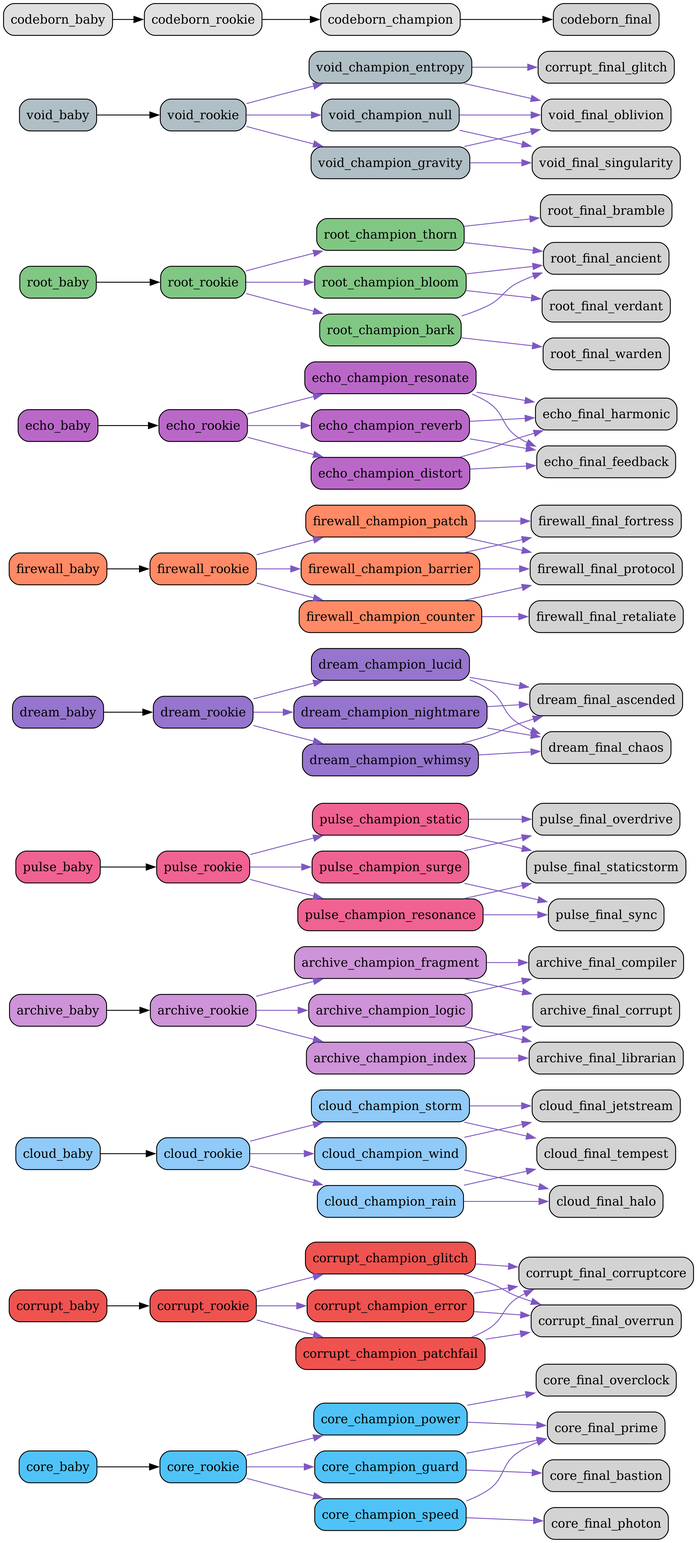
Above: src/netgrid/systems/evolution/graphs/full/evolution_graph.png in bwlight/NetGrid (Graphviz), before the change. Its source is kept beside it as src/netgrid/systems/evolution/graphs/full/evolution_graph.dot.
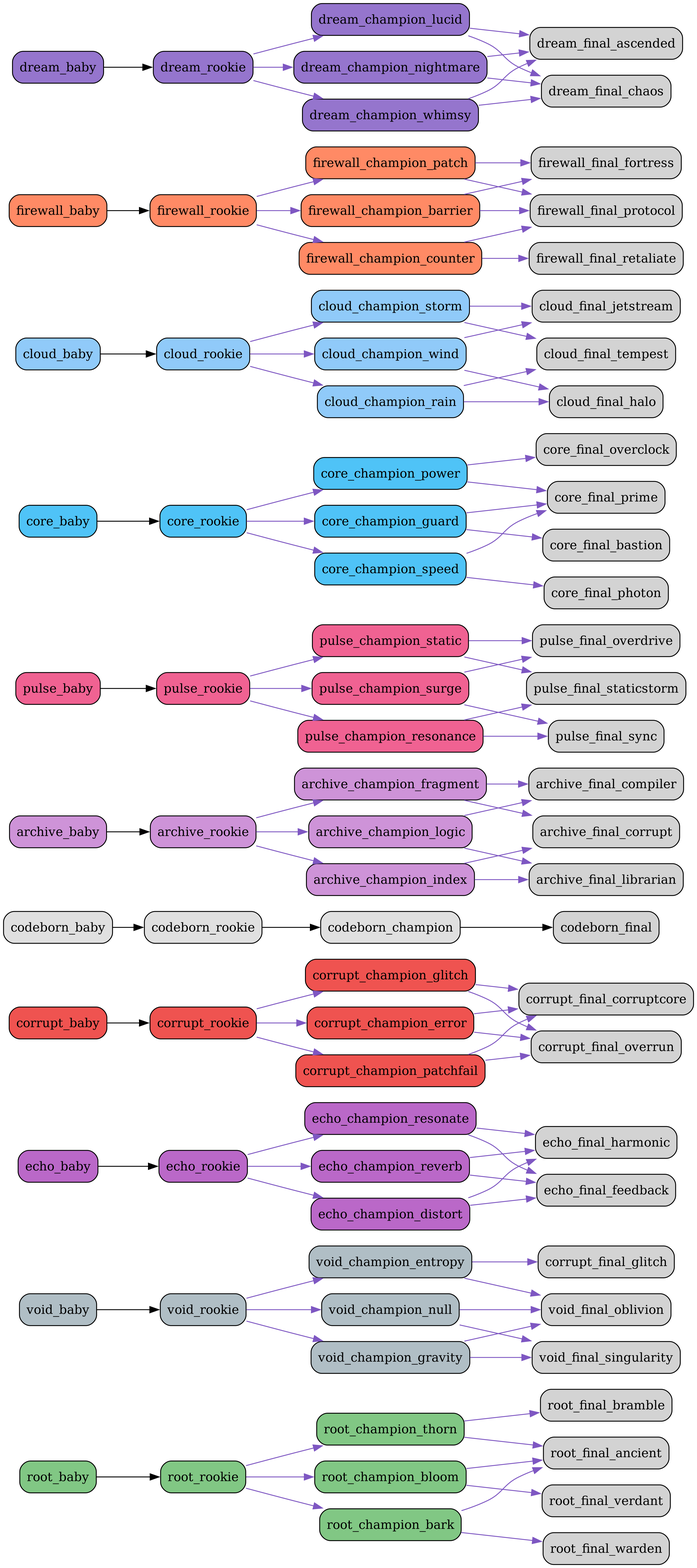
After the change.

Commit message:
Auto-update evolution graphs

Diff of the diagram source:
```diff
@@ -1,21 +1,51 @@
 digraph EvolutionTree {
   rankdir=LR;
   node [shape=box, style="rounded,filled"];
-  "core_baby" [fillcolor="#4fc3f7"];
-  "core_baby" -> "core_rookie";
-  "core_rookie" [fillcolor="#4fc3f7"];
-  "core_rookie" -> "core_champion_power" [color="#7e57c2"];
-  "core_rookie" -> "core_champion_guard" [color="#7e57c2"];
-  "core_rookie" -> "core_champion_speed" [color="#7e57c2"];
-  "core_champion_power" [fillcolor="#4fc3f7"];
-  "core_champion_power" -> "core_final_overclock" [color="#7e57c2"];
-  "core_champion_power" -> "core_final_prime" [color="#7e57c2"];
-  "core_champion_guard" [fillcolor="#4fc3f7"];
-  "core_champion_guard" -> "core_final_bastion" [color="#7e57c2"];
-  "core_champion_guard" -> "core_final_prime" [color="#7e57c2"];
-  "core_champion_speed" [fillcolor="#4fc3f7"];
-  "core_champion_speed" -> "core_final_photon" [color="#7e57c2"];
-  "core_champion_speed" -> "core_final_prime" [color="#7e57c2"];
+  "root_baby" [fillcolor="#81c784"];
+  "root_baby" -> "root_rookie";
+  "root_rookie" [fillcolor="#81c784"];
+  "root_rookie" -> "root_champion_thorn" [color="#7e57c2"];
+  "root_rookie" -> "root_champion_bloom" [color="#7e57c2"];
+  "root_rookie" -> "root_champion_bark" [color="#7e57c2"];
+  "root_champion_thorn" [fillcolor="#81c784"];
+  "root_champion_thorn" -> "root_final_bramble" [color="#7e57c2"];
+  "root_champion_thorn" -> "root_final_ancient" [color="#7e57c2"];
+  "root_champion_bloom" [fillcolor="#81c784"];
+  "root_champion_bloom" -> "root_final_ancient" [color="#7e57c2"];
+  "root_champion_bloom" -> "root_final_verdant" [color="#7e57c2"];
+  "root_champion_bark" [fillcolor="#81c784"];
+  "root_champion_bark" -> "root_final_warden" [color="#7e57c2"];
+  "root_champion_bark" -> "root_final_ancient" [color="#7e57c2"];
+  "void_baby" [fillcolor="#b0bec5"];
+  "void_baby" -> "void_rookie";
+  "void_rookie" [fillcolor="#b0bec5"];
+  "void_rookie" -> "void_champion_entropy" [color="#7e57c2"];
+  "void_rookie" -> "void_champion_gravity" [color="#7e57c2"];
+  "void_rookie" -> "void_champion_null" [color="#7e57c2"];
+  "void_champion_entropy" [fillcolor="#b0bec5"];
+  "void_champion_entropy" -> "corrupt_final_glitch" [color="#7e57c2"];
+  "void_champion_entropy" -> "void_final_oblivion" [color="#7e57c2"];
+  "void_champion_gravity" [fillcolor="#b0bec5"];
+  "void_champion_gravity" -> "void_final_singularity" [color="#7e57c2"];
+  "void_champion_gravity" -> "void_final_oblivion" [color="#7e57c2"];
+  "void_champion_null" [fillcolor="#b0bec5"];
+  "void_champion_null" -> "void_final_oblivion" [color="#7e57c2"];
+  "void_champion_null" -> "void_final_singularity" [color="#7e57c2"];
+  "echo_baby" [fillcolor="#ba68c8"];
+  "echo_baby" -> "echo_rookie";
+  "echo_rookie" [fillcolor="#ba68c8"];
+  "echo_rookie" -> "echo_champion_resonate" [color="#7e57c2"];
+  "echo_rookie" -> "echo_champion_reverb" [color="#7e57c2"];
+  "echo_rookie" -> "echo_champion_distort" [color="#7e57c2"];
+  "echo_champion_resonate" [fillcolor="#ba68c8"];
+  "echo_champion_resonate" -> "echo_final_harmonic" [color="#7e57c2"];
+  "echo_champion_resonate" -> "echo_final_feedback" [color="#7e57c2"];
+  "echo_champion_reverb" [fillcolor="#ba68c8"];
+  "echo_champion_reverb" -> "echo_final_feedback" [color="#7e57c2"];
+  "echo_champion_reverb" -> "echo_final_harmonic" [color="#7e57c2"];
+  "echo_champion_distort" [fillcolor="#ba68c8"];
+  "echo_champion_distort" -> "echo_final_feedback" [color="#7e57c2"];
+  "echo_champion_distort" -> "echo_final_harmonic" [color="#7e57c2"];
   "corrupt_baby" [fillcolor="#ef5350"];
   "corrupt_baby" -> "corrupt_rookie";
   "corrupt_rookie" [fillcolor="#ef5350"];
@@ -31,21 +61,12 @@
   "corrupt_champion_patchfail" [fillcolor="#ef5350"];
   "corrupt_champion_patchfail" -> "corrupt_final_corruptcore" [color="#7e57c2"];
   "corrupt_champion_patchfail" -> "corrupt_final_overrun" [color="#7e57c2"];
-  "cloud_baby" [fillcolor="#90caf9"];
-  "cloud_baby" -> "cloud_rookie";
-  "cloud_rookie" [fillcolor="#90caf9"];
-  "cloud_rookie" -> "cloud_champion_wind" [color="#7e57c2"];
-  "cloud_rookie" -> "cloud_champion_rain" [color="#7e57c2"];
-  "cloud_rookie" -> "cloud_champion_storm" [color="#7e57c2"];
-  "cloud_champion_wind" [fillcolor="#90caf9"];
-  "cloud_champion_wind" -> "cloud_final_jetstream" [color="#7e57c2"];
-  "cloud_champion_wind" -> "cloud_final_halo" [color="#7e57c2"];
-  "cloud_champion_rain" [fillcolor="#90caf9"];
-  "cloud_champion_rain" -> "cloud_final_halo" [color="#7e57c2"];
-  "cloud_champion_rain" -> "cloud_final_tempest" [color="#7e57c2"];
-  "cloud_champion_storm" [fillcolor="#90caf9"];
-  "cloud_champion_storm" -> "cloud_final_tempest" [color="#7e57c2"];
-  "cloud_champion_storm" -> "cloud_final_jetstream" [color="#7e57c2"];
+  "codeborn_baby" [fillcolor="#e0e0e0"];
+  "codeborn_baby" -> "codeborn_rookie";
+  "codeborn_rookie" [fillcolor="#e0e0e0"];
+  "codeborn_rookie" -> "codeborn_champion";
+  "codeborn_champion" [fillcolor="#e0e0e0"];
+  "codeborn_champion" -> "codeborn_final";
   "archive_baby" [fillcolor="#ce93d8"];
   "archive_baby" -> "archive_rookie";
   "archive_rookie" [fillcolor="#ce93d8"];
@@ -76,6 +97,51 @@
   "pulse_champion_static" [fillcolor="#f06292"];
   "pulse_champion_static" -> "pulse_final_staticstorm" [color="#7e57c2"];
   "pulse_champion_static" -> "pulse_final_overdrive" [color="#7e57c2"];
+  "core_baby" [fillcolor="#4fc3f7"];
+  "core_baby" -> "core_rookie";
+  "core_rookie" [fillcolor="#4fc3f7"];
+  "core_rookie" -> "core_champion_power" [color="#7e57c2"];
+  "core_rookie" -> "core_champion_guard" [color="#7e57c2"];
+  "core_rookie" -> "core_champion_speed" [color="#7e57c2"];
+  "core_champion_power" [fillcolor="#4fc3f7"];
+  "core_champion_power" -> "core_final_overclock" [color="#7e57c2"];
+  "core_champion_power" -> "core_final_prime" [color="#7e57c2"];
+  "core_champion_guard" [fillcolor="#4fc3f7"];
+  "core_champion_guard" -> "core_final_bastion" [color="#7e57c2"];
+  "core_champion_guard" -> "core_final_prime" [color="#7e57c2"];
+  "core_champion_speed" [fillcolor="#4fc3f7"];
+  "core_champion_speed" -> "core_final_photon" [color="#7e57c2"];
+  "core_champion_speed" -> "core_final_prime" [color="#7e57c2"];
+  "cloud_baby" [fillcolor="#90caf9"];
+  "cloud_baby" -> "cloud_rookie";
+  "cloud_rookie" [fillcolor="#90caf9"];
+  "cloud_rookie" -> "cloud_champion_wind" [color="#7e57c2"];
+  "cloud_rookie" -> "cloud_champion_rain" [color="#7e57c2"];
+  "cloud_rookie" -> "cloud_champion_storm" [color="#7e57c2"];
+  "cloud_champion_wind" [fillcolor="#90caf9"];
+  "cloud_champion_wind" -> "cloud_final_jetstream" [color="#7e57c2"];
+  "cloud_champion_wind" -> "cloud_final_halo" [color="#7e57c2"];
+  "cloud_champion_rain" [fillcolor="#90caf9"];
+  "cloud_champion_rain" -> "cloud_final_halo" [color="#7e57c2"];
+  "cloud_champion_rain" -> "cloud_final_tempest" [color="#7e57c2"];
+  "cloud_champion_storm" [fillcolor="#90caf9"];
+  "cloud_champion_storm" -> "cloud_final_tempest" [color="#7e57c2"];
+  "cloud_champion_storm" -> "cloud_final_jetstream" [color="#7e57c2"];
+  "firewall_baby" [fillcolor="#ff8a65"];
+  "firewall_baby" -> "firewall_rookie";
+  "firewall_rookie" [fillcolor="#ff8a65"];
+  "firewall_rookie" -> "firewall_champion_barrier" [color="#7e57c2"];
+  "firewall_rookie" -> "firewall_champion_counter" [color="#7e57c2"];
+  "firewall_rookie" -> "firewall_champion_patch" [color="#7e57c2"];
+  "firewall_champion_barrier" [fillcolor="#ff8a65"];
+  "firewall_champion_barrier" -> "firewall_final_fortress" [color="#7e57c2"];
+  "firewall_champion_barrier" -> "firewall_final_protocol" [color="#7e57c2"];
+  "firewall_champion_counter" [fillcolor="#ff8a65"];
+  "firewall_champion_counter" -> "firewall_final_retaliate" [color="#7e57c2"];
+  "firewall_champion_counter" -> "firewall_final_protocol" [color="#7e57c2"];
+  "firewall_champion_patch" [fillcolor="#ff8a65"];
+  "firewall_champion_patch" -> "firewall_final_protocol" [color="#7e57c2"];
+  "firewall_champion_patch" -> "firewall_final_fortress" [color="#7e57c2"];
   "dream_baby" [fillcolor="#9575cd"];
   "dream_baby" -> "dream_rookie";
   "dream_rookie" [fillcolor="#9575cd"];
@@ -91,70 +157,4 @@
   "dream_champion_whimsy" [fillcolor="#9575cd"];
   "dream_champion_whimsy" -> "dream_final_ascended" [color="#7e57c2"];
   "dream_champion_whimsy" -> "dream_final_chaos" [color="#7e57c2"];
-  "firewall_baby" [fillcolor="#ff8a65"];
-  "firewall_baby" -> "firewall_rookie";
-  "firewall_rookie" [fillcolor="#ff8a65"];
-  "firewall_rookie" -> "firewall_champion_barrier" [color="#7e57c2"];
-  "firewall_rookie" -> "firewall_champion_counter" [color="#7e57c2"];
-  "firewall_rookie" -> "firewall_champion_patch" [color="#7e57c2"];
-  "firewall_champion_barrier" [fillcolor="#ff8a65"];
-  "firewall_champion_barrier" -> "firewall_final_fortress" [color="#7e57c2"];
-  "firewall_champion_barrier" -> "firewall_final_protocol" [color="#7e57c2"];
-  "firewall_champion_counter" [fillcolor="#ff8a65"];
-  "firewall_champion_counter" -> "firewall_final_retaliate" [color="#7e57c2"];
-  "firewall_champion_counter" -> "firewall_final_protocol" [color="#7e57c2"];
-  "firewall_champion_patch" [fillcolor="#ff8a65"];
-  "firewall_champion_patch" -> "firewall_final_protocol" [color="#7e57c2"];
-  "firewall_champion_patch" -> "firewall_final_fortress" [color="#7e57c2"];
-  "echo_baby" [fillcolor="#ba68c8"];
-  "echo_baby" -> "echo_rookie";
-  "echo_rookie" [fillcolor="#ba68c8"];
-  "echo_rookie" -> "echo_champion_resonate" [color="#7e57c2"];
-  "echo_rookie" -> "echo_champion_reverb" [color="#7e57c2"];
-  "echo_rookie" -> "echo_champion_distort" [color="#7e57c2"];
-  "echo_champion_resonate" [fillcolor="#ba68c8"];
-  "echo_champion_resonate" -> "echo_final_harmonic" [color="#7e57c2"];
-  "echo_champion_resonate" -> "echo_final_feedback" [color="#7e57c2"];
-  "echo_champion_reverb" [fillcolor="#ba68c8"];
-  "echo_champion_reverb" -> "echo_final_feedback" [color="#7e57c2"];
-  "echo_champion_reverb" -> "echo_final_harmonic" [color="#7e57c2"];
-  "echo_champion_distort" [fillcolor="#ba68c8"];
-  "echo_champion_distort" -> "echo_final_feedback" [color="#7e57c2"];
-  "echo_champion_distort" -> "echo_final_harmonic" [color="#7e57c2"];
-  "root_baby" [fillcolor="#81c784"];
-  "root_baby" -> "root_rookie";
-  "root_rookie" [fillcolor="#81c784"];
-  "root_rookie" -> "root_champion_thorn" [color="#7e57c2"];
-  "root_rookie" -> "root_champion_bloom" [color="#7e57c2"];
-  "root_rookie" -> "root_champion_bark" [color="#7e57c2"];
-  "root_champion_thorn" [fillcolor="#81c784"];
-  "root_champion_thorn" -> "root_final_bramble" [color="#7e57c2"];
-  "root_champion_thorn" -> "root_final_ancient" [color="#7e57c2"];
-  "root_champion_bloom" [fillcolor="#81c784"];
-  "root_champion_bloom" -> "root_final_ancient" [color="#7e57c2"];
-  "root_champion_bloom" -> "root_final_verdant" [color="#7e57c2"];
-  "root_champion_bark" [fillcolor="#81c784"];
-  "root_champion_bark" -> "root_final_warden" [color="#7e57c2"];
-  "root_champion_bark" -> "root_final_ancient" [color="#7e57c2"];
-  "void_baby" [fillcolor="#b0bec5"];
-  "void_baby" -> "void_rookie";
-  "void_rookie" [fillcolor="#b0bec5"];
-  "void_rookie" -> "void_champion_entropy" [color="#7e57c2"];
-  "void_rookie" -> "void_champion_gravity" [color="#7e57c2"];
-  "void_rookie" -> "void_champion_null" [color="#7e57c2"];
-  "void_champion_entropy" [fillcolor="#b0bec5"];
-  "void_champion_entropy" -> "corrupt_final_glitch" [color="#7e57c2"];
-  "void_champion_entropy" -> "void_final_oblivion" [color="#7e57c2"];
-  "void_champion_gravity" [fillcolor="#b0bec5"];
-  "void_champion_gravity" -> "void_final_singularity" [color="#7e57c2"];
-  "void_champion_gravity" -> "void_final_oblivion" [color="#7e57c2"];
-  "void_champion_null" [fillcolor="#b0bec5"];
-  "void_champion_null" -> "void_final_oblivion" [color="#7e57c2"];
-  "void_champion_null" -> "void_final_singularity" [color="#7e57c2"];
-  "codeborn_baby" [fillcolor="#e0e0e0"];
-  "codeborn_baby" -> "codeborn_rookie";
-  "codeborn_rookie" [fillcolor="#e0e0e0"];
-  "codeborn_rookie" -> "codeborn_champion";
-  "codeborn_champion" [fillcolor="#e0e0e0"];
-  "codeborn_champion" -> "codeborn_final";
 }
```
